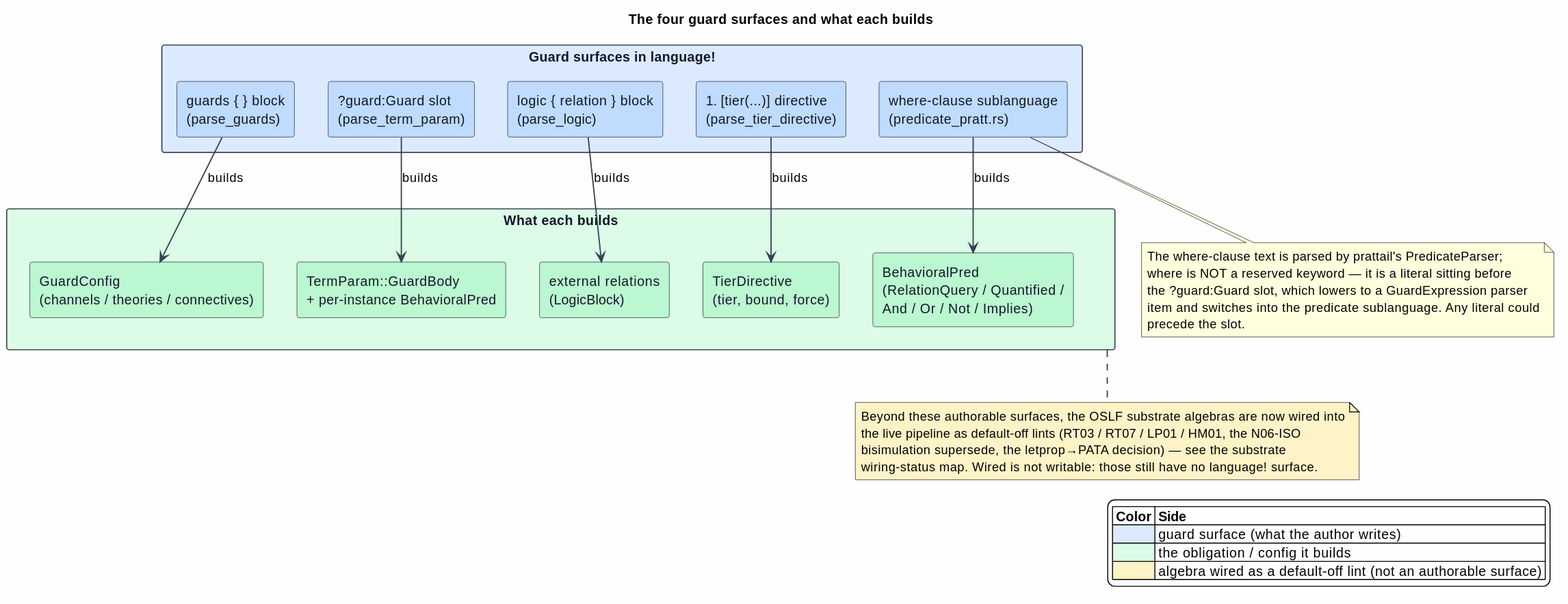
Before: docs/architecture/semantic-predicates/figures/06-guard-surfaces.svg, a diagram exported from PlantUML (F1R3FLY-io/mettail-rust).
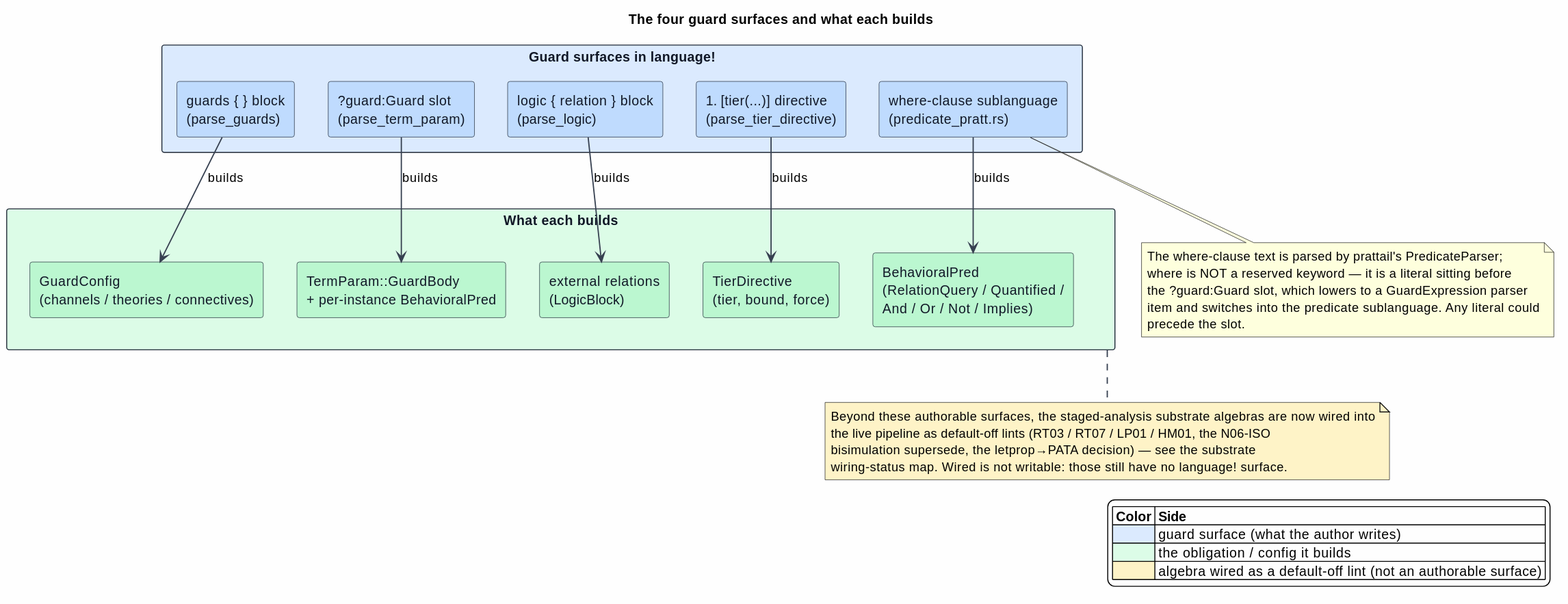
The same file after the commit.

What changed in the source:
```diff
@@ -46,7 +46,7 @@
 end note
 
 note bottom of Built #FEF3C7
-  Beyond these authorable surfaces, the OSLF substrate algebras are now wired into
+  Beyond these authorable surfaces, the staged-analysis substrate algebras are now wired into
   the live pipeline as default-off lints (RT03 / RT07 / LP01 / HM01, the N06-ISO
   bisimulation supersede, the letprop→PATA decision) — see the substrate
   wiring-status map. Wired is not writable: those still have no language! surface.
```
